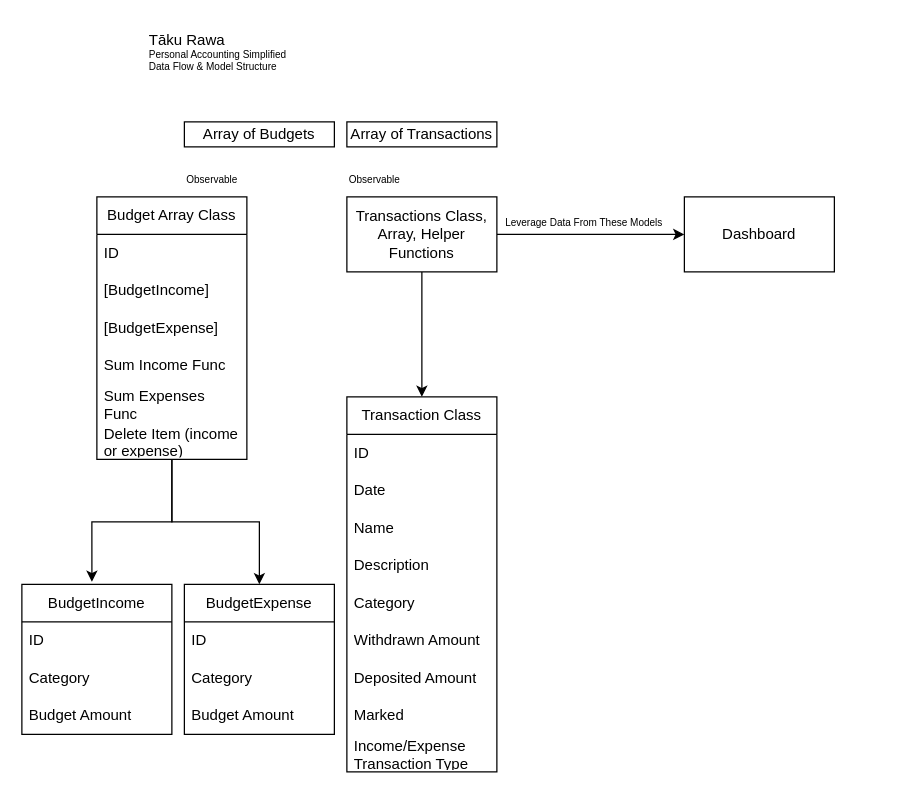
The draw.io diagram data flow and model.drawio in Angus-Q/takurawa, before the edit. Source tidied: cells renumbered, new cells numbered last; positions are measured from the earlier drawing's top-left corner, leaving out a move shared by most shapes. Both pictures are drawn from the tidied source at 125%, with x=0, y=0 at pixel (21, 21).
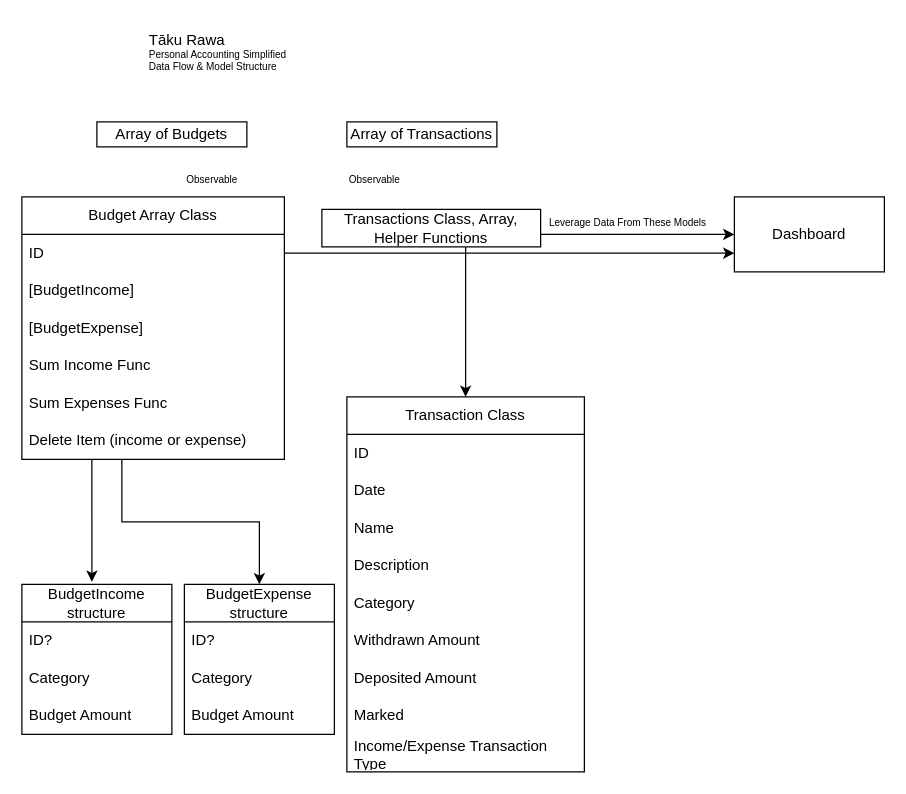
After the change.

Diff of the diagram source:
```diff
@@
     <mxCell id="5" style="edgeStyle=orthogonalEdgeStyle;rounded=0;jettySize=auto;html=1;entryX=0;entryY=0.5;entryDx=0;entryDy=0;" parent="1" edge="1" source="7" target="8">
-      <mxGeometry relative="1" as="geometry" />
+      <mxGeometry relative="1" as="geometry">
+        <Array as="points">
+          <mxPoint x="470" y="170" />
+          <mxPoint x="470" y="170" />
+        </Array>
+      </mxGeometry>
     </mxCell>
     <mxCell id="6" style="edgeStyle=orthogonalEdgeStyle;rounded=0;jettySize=auto;html=1;entryX=0.5;entryY=0;entryDx=0;entryDy=0;" parent="1" edge="1" source="7" target="14">
-      <mxGeometry relative="1" as="geometry" />
+      <mxGeometry relative="1" as="geometry">
+        <Array as="points">
+          <mxPoint x="355" y="210" />
+          <mxPoint x="355" y="210" />
+        </Array>
+      </mxGeometry>
     </mxCell>
     <mxCell id="7" value="Transactions Class, Array, Helper Functions" style="rounded=0;whiteSpace=wrap;html=1;" parent="1" vertex="1">
-      <mxGeometry x="260" y="140" width="120" height="60" as="geometry" />
+      <mxGeometry x="240" y="150" width="175" height="30" as="geometry" />
     </mxCell>
     <mxCell id="8" value="Dashboard" style="rounded=0;whiteSpace=wrap;html=1;" parent="1" vertex="1">
-      <mxGeometry x="530" y="140" width="120" height="60" as="geometry" />
+      <mxGeometry x="570" y="140" width="120" height="60" as="geometry" />
     </mxCell>
@@
     <mxCell id="11" value="&lt;span style=&quot;font-size: 8px;&quot;&gt;Leverage Data From These Models&lt;/span&gt;" style="text;html=1;whiteSpace=wrap;strokeColor=none;fillColor=none;align=center;verticalAlign=middle;rounded=0;" parent="1" vertex="1">
-      <mxGeometry x="385" y="150" width="130" height="20" as="geometry" />
+      <mxGeometry x="420" y="150" width="130" height="20" as="geometry" />
     </mxCell>
     <mxCell id="12" value="Array of Budgets" style="rounded=0;whiteSpace=wrap;html=1;" parent="1" vertex="1">
-      <mxGeometry x="130" y="80" width="120" height="20" as="geometry" />
+      <mxGeometry x="60" y="80" width="120" height="20" as="geometry" />
     </mxCell>
@@
     <mxCell id="14" value="Transaction Class" style="swimlane;fontStyle=0;horizontal=1;startSize=30;whiteSpace=wrap;html=1;" parent="1" vertex="1">
-      <mxGeometry x="260" y="300" width="120" height="300" as="geometry" />
+      <mxGeometry x="260" y="300" width="190" height="300" as="geometry" />
     </mxCell>
     <mxCell id="15" value="ID" style="text;strokeColor=none;fillColor=none;align=left;verticalAlign=middle;spacingLeft=4;spacingRight=4;overflow=hidden;whiteSpace=wrap;html=1;" parent="14" vertex="1">
-      <mxGeometry y="30" width="120" height="30" as="geometry" />
+      <mxGeometry y="30" width="190" height="30" as="geometry" />
     </mxCell>
     <mxCell id="16" value="Date" style="text;strokeColor=none;fillColor=none;align=left;verticalAlign=middle;spacingLeft=4;spacingRight=4;overflow=hidden;whiteSpace=wrap;html=1;" parent="14" vertex="1">
-      <mxGeometry y="60" width="120" height="30" as="geometry" />
+      <mxGeometry y="60" width="190" height="30" as="geometry" />
     </mxCell>
     <mxCell id="17" value="Name" style="text;strokeColor=none;fillColor=none;align=left;verticalAlign=middle;spacingLeft=4;spacingRight=4;overflow=hidden;whiteSpace=wrap;html=1;" parent="14" vertex="1">
-      <mxGeometry y="90" width="120" height="30" as="geometry" />
+      <mxGeometry y="90" width="190" height="30" as="geometry" />
     </mxCell>
     <mxCell id="18" value="Description" style="text;strokeColor=none;fillColor=none;align=left;verticalAlign=middle;spacingLeft=4;spacingRight=4;overflow=hidden;whiteSpace=wrap;html=1;" parent="14" vertex="1">
-      <mxGeometry y="120" width="120" height="30" as="geometry" />
+      <mxGeometry y="120" width="190" height="30" as="geometry" />
     </mxCell>
     <mxCell id="19" value="Category" style="text;strokeColor=none;fillColor=none;align=left;verticalAlign=middle;spacingLeft=4;spacingRight=4;overflow=hidden;whiteSpace=wrap;html=1;" parent="14" vertex="1">
-      <mxGeometry y="150" width="120" height="30" as="geometry" />
+      <mxGeometry y="150" width="190" height="30" as="geometry" />
     </mxCell>
     <mxCell id="20" value="Withdrawn Amount" style="text;strokeColor=none;fillColor=none;align=left;verticalAlign=middle;spacingLeft=4;spacingRight=4;overflow=hidden;whiteSpace=wrap;html=1;" parent="14" vertex="1">
-      <mxGeometry y="180" width="120" height="30" as="geometry" />
+      <mxGeometry y="180" width="190" height="30" as="geometry" />
     </mxCell>
     <mxCell id="21" value="Deposited Amount" style="text;strokeColor=none;fillColor=none;align=left;verticalAlign=middle;spacingLeft=4;spacingRight=4;overflow=hidden;whiteSpace=wrap;html=1;" parent="14" vertex="1">
-      <mxGeometry y="210" width="120" height="30" as="geometry" />
+      <mxGeometry y="210" width="190" height="30" as="geometry" />
     </mxCell>
     <mxCell id="22" value="Marked" style="text;strokeColor=none;fillColor=none;align=left;verticalAlign=middle;spacingLeft=4;spacingRight=4;overflow=hidden;whiteSpace=wrap;html=1;" parent="14" vertex="1">
-      <mxGeometry y="240" width="120" height="30" as="geometry" />
+      <mxGeometry y="240" width="190" height="30" as="geometry" />
     </mxCell>
     <mxCell id="23" value="Income/Expense Transaction Type" style="text;strokeColor=none;fillColor=none;align=left;verticalAlign=middle;spacingLeft=4;spacingRight=4;overflow=hidden;whiteSpace=wrap;html=1;" parent="14" vertex="1">
-      <mxGeometry y="270" width="120" height="30" as="geometry" />
+      <mxGeometry y="270" width="190" height="30" as="geometry" />
     </mxCell>
-    <mxCell id="24" value="BudgetIncome" style="swimlane;fontStyle=0;horizontal=1;startSize=30;whiteSpace=wrap;html=1;" parent="1" vertex="1">
+    <mxCell id="24" value="BudgetIncome structure" style="swimlane;fontStyle=0;horizontal=1;startSize=30;whiteSpace=wrap;html=1;" parent="1" vertex="1">
       <mxGeometry y="450" width="120" height="120" as="geometry" />
     </mxCell>
-    <mxCell id="25" value="ID" style="text;strokeColor=none;fillColor=none;align=left;verticalAlign=middle;spacingLeft=4;spacingRight=4;overflow=hidden;whiteSpace=wrap;html=1;" parent="24" vertex="1">
+    <mxCell id="25" value="ID?" style="text;strokeColor=none;fillColor=none;align=left;verticalAlign=middle;spacingLeft=4;spacingRight=4;overflow=hidden;whiteSpace=wrap;html=1;" parent="24" vertex="1">
       <mxGeometry y="30" width="120" height="30" as="geometry" />
     </mxCell>
@@
     <mxCell id="28" style="edgeStyle=orthogonalEdgeStyle;rounded=0;jettySize=auto;html=1;entryX=0.5;entryY=0;entryDx=0;entryDy=0;" parent="1" edge="1" source="29" target="36">
-      <mxGeometry relative="1" as="geometry" />
+      <mxGeometry relative="1" as="geometry">
+        <Array as="points">
+          <mxPoint x="80" y="400" />
+          <mxPoint x="190" y="400" />
+        </Array>
+      </mxGeometry>
     </mxCell>
+    <mxCell id="41" style="edgeStyle=orthogonalEdgeStyle;rounded=0;jettySize=auto;html=1;entryX=0;entryY=0.75;entryDx=0;entryDy=0;" parent="1" edge="1" source="29" target="8">
+      <mxGeometry relative="1" as="geometry">
+        <Array as="points">
+          <mxPoint x="300" y="185" />
+          <mxPoint x="300" y="185" />
+        </Array>
+      </mxGeometry>
+    </mxCell>
     <mxCell id="29" value="Budget Array Class" style="swimlane;fontStyle=0;horizontal=1;startSize=30;whiteSpace=wrap;html=1;" parent="1" vertex="1">
-      <mxGeometry x="60" y="140" width="120" height="210" as="geometry" />
+      <mxGeometry y="140" width="210" height="210" as="geometry" />
     </mxCell>
     <mxCell id="30" value="ID" style="text;strokeColor=none;fillColor=none;align=left;verticalAlign=middle;spacingLeft=4;spacingRight=4;overflow=hidden;whiteSpace=wrap;html=1;" parent="29" vertex="1">
-      <mxGeometry y="30" width="120" height="30" as="geometry" />
+      <mxGeometry y="30" width="210" height="30" as="geometry" />
     </mxCell>
     <mxCell id="31" value="[BudgetIncome]" style="text;strokeColor=none;fillColor=none;align=left;verticalAlign=middle;spacingLeft=4;spacingRight=4;overflow=hidden;whiteSpace=wrap;html=1;" parent="29" vertex="1">
-      <mxGeometry y="60" width="120" height="30" as="geometry" />
+      <mxGeometry y="60" width="210" height="30" as="geometry" />
     </mxCell>
     <mxCell id="32" value="[BudgetExpense]" style="text;strokeColor=none;fillColor=none;align=left;verticalAlign=middle;spacingLeft=4;spacingRight=4;overflow=hidden;whiteSpace=wrap;html=1;" parent="29" vertex="1">
-      <mxGeometry y="90" width="120" height="30" as="geometry" />
+      <mxGeometry y="90" width="210" height="30" as="geometry" />
     </mxCell>
     <mxCell id="33" value="Sum Income Func" style="text;strokeColor=none;fillColor=none;align=left;verticalAlign=middle;spacingLeft=4;spacingRight=4;overflow=hidden;whiteSpace=wrap;html=1;" parent="29" vertex="1">
-      <mxGeometry y="120" width="120" height="30" as="geometry" />
+      <mxGeometry y="120" width="210" height="30" as="geometry" />
     </mxCell>
     <mxCell id="34" value="Sum Expenses Func" style="text;strokeColor=none;fillColor=none;align=left;verticalAlign=middle;spacingLeft=4;spacingRight=4;overflow=hidden;whiteSpace=wrap;html=1;" parent="29" vertex="1">
-      <mxGeometry y="150" width="120" height="30" as="geometry" />
+      <mxGeometry y="150" width="210" height="30" as="geometry" />
     </mxCell>
     <mxCell id="35" value="Delete Item (income or expense)" style="text;strokeColor=none;fillColor=none;align=left;verticalAlign=middle;spacingLeft=4;spacingRight=4;overflow=hidden;whiteSpace=wrap;html=1;" parent="29" vertex="1">
-      <mxGeometry y="180" width="120" height="30" as="geometry" />
+      <mxGeometry y="180" width="210" height="30" as="geometry" />
     </mxCell>
-    <mxCell id="36" value="BudgetExpense" style="swimlane;fontStyle=0;horizontal=1;startSize=30;whiteSpace=wrap;html=1;" parent="1" vertex="1">
+    <mxCell id="36" value="BudgetExpense structure" style="swimlane;fontStyle=0;horizontal=1;startSize=30;whiteSpace=wrap;html=1;" parent="1" vertex="1">
       <mxGeometry x="130" y="450" width="120" height="120" as="geometry" />
     </mxCell>
-    <mxCell id="37" value="ID" style="text;strokeColor=none;fillColor=none;align=left;verticalAlign=middle;spacingLeft=4;spacingRight=4;overflow=hidden;whiteSpace=wrap;html=1;" parent="36" vertex="1">
+    <mxCell id="37" value="ID?" style="text;strokeColor=none;fillColor=none;align=left;verticalAlign=middle;spacingLeft=4;spacingRight=4;overflow=hidden;whiteSpace=wrap;html=1;" parent="36" vertex="1">
       <mxGeometry y="30" width="120" height="30" as="geometry" />
     </mxCell>
@@
     <mxCell id="40" style="edgeStyle=orthogonalEdgeStyle;rounded=0;jettySize=auto;html=1;entryX=0.467;entryY=-0.017;entryDx=0;entryDy=0;entryPerimeter=0;" parent="1" edge="1" source="29" target="24">
-      <mxGeometry relative="1" as="geometry" />
+      <mxGeometry relative="1" as="geometry">
+        <Array as="points">
+          <mxPoint x="56" y="380" />
+          <mxPoint x="56" y="380" />
+        </Array>
+      </mxGeometry>
     </mxCell>
```
